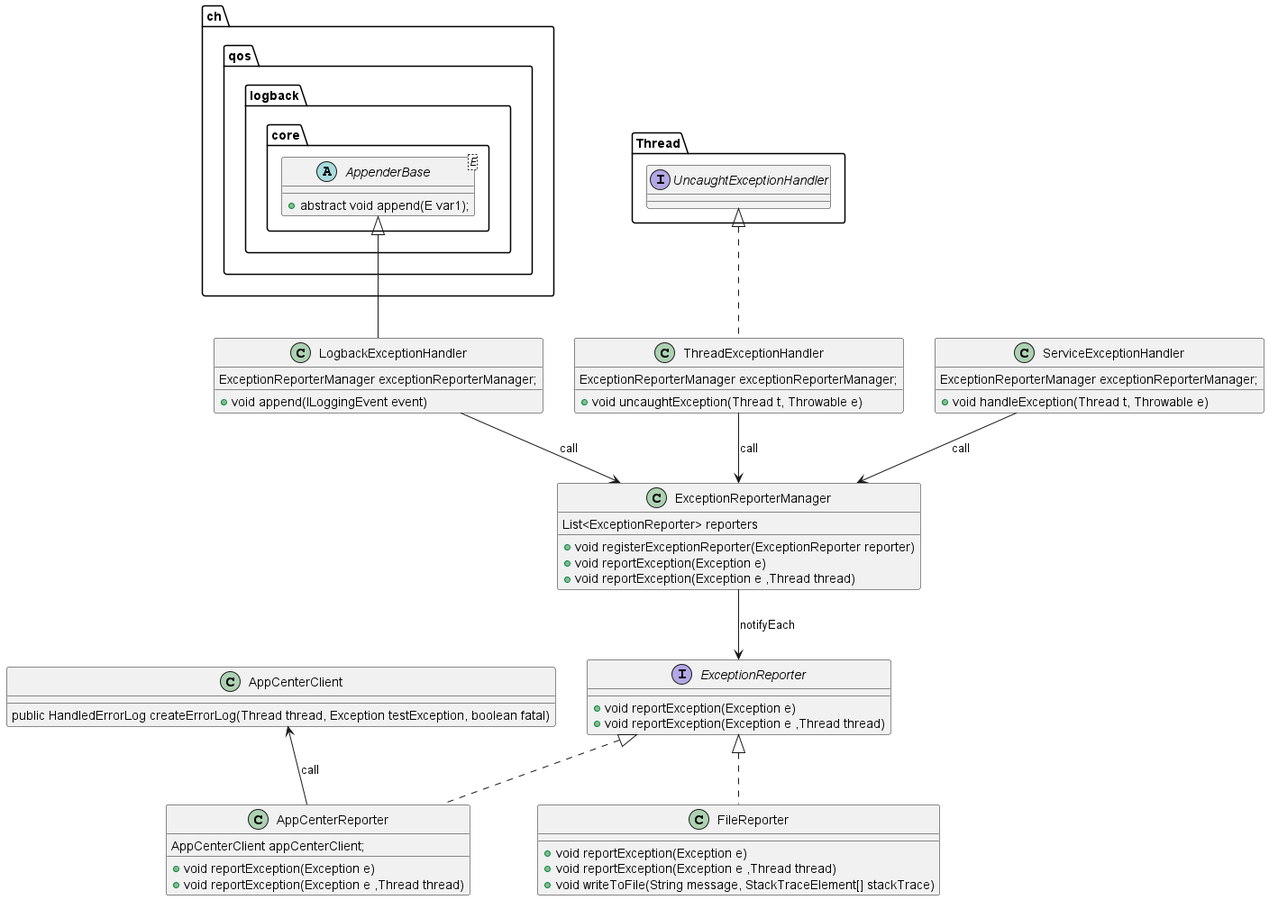
Before: docs/images/UML/exception_monitor.png, a diagram exported from PlantUML (microsoft/HydraLab).
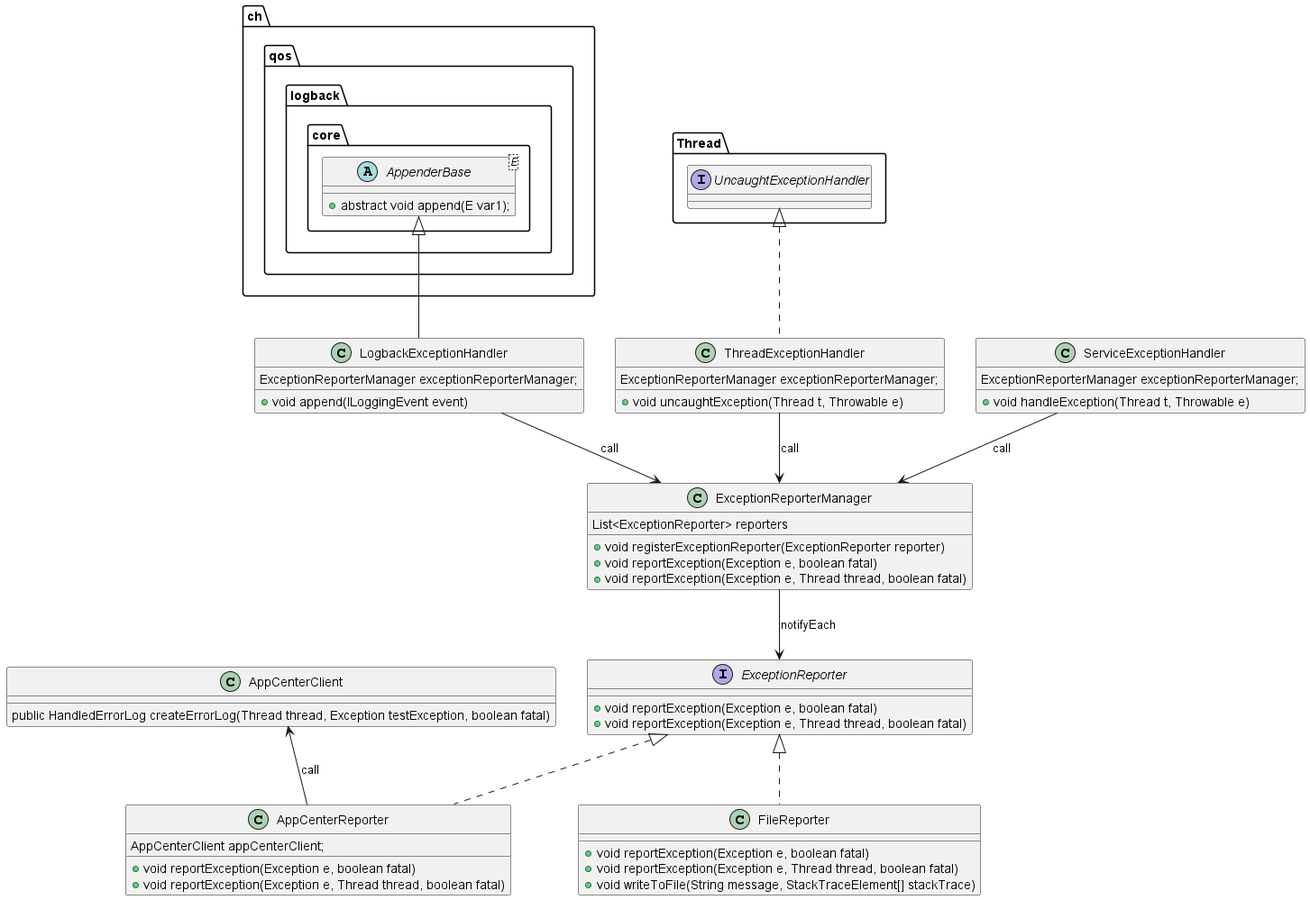
After the change.

Change to the diagram source:
```diff
@@ -1,27 +1,27 @@
 @startuml exception_monitor
 interface ExceptionReporter {
-    + void reportException(Exception e)
-    + void reportException(Exception e ,Thread thread)
+    + void reportException(Exception e, boolean fatal)
+    + void reportException(Exception e, Thread thread, boolean fatal)
 }
 
 class ExceptionReporterManager {
     List<ExceptionReporter> reporters
     + void registerExceptionReporter(ExceptionReporter reporter)
-    + void reportException(Exception e)
-    + void reportException(Exception e ,Thread thread)
+    + void reportException(Exception e, boolean fatal)
+    + void reportException(Exception e, Thread thread, boolean fatal)
 }
 
 class AppCenterReporter implements ExceptionReporter {
     AppCenterClient appCenterClient;
 
-    + void reportException(Exception e)
-    + void reportException(Exception e ,Thread thread)
+    + void reportException(Exception e, boolean fatal)
+    + void reportException(Exception e, Thread thread, boolean fatal)
 }
 
 
 class FileReporter implements ExceptionReporter {
-    + void reportException(Exception e)
-    + void reportException(Exception e ,Thread thread)
+    + void reportException(Exception e, boolean fatal)
+    + void reportException(Exception e, Thread thread, boolean fatal)
     + void writeToFile(String message, StackTraceElement[] stackTrace)
 }
 
```
